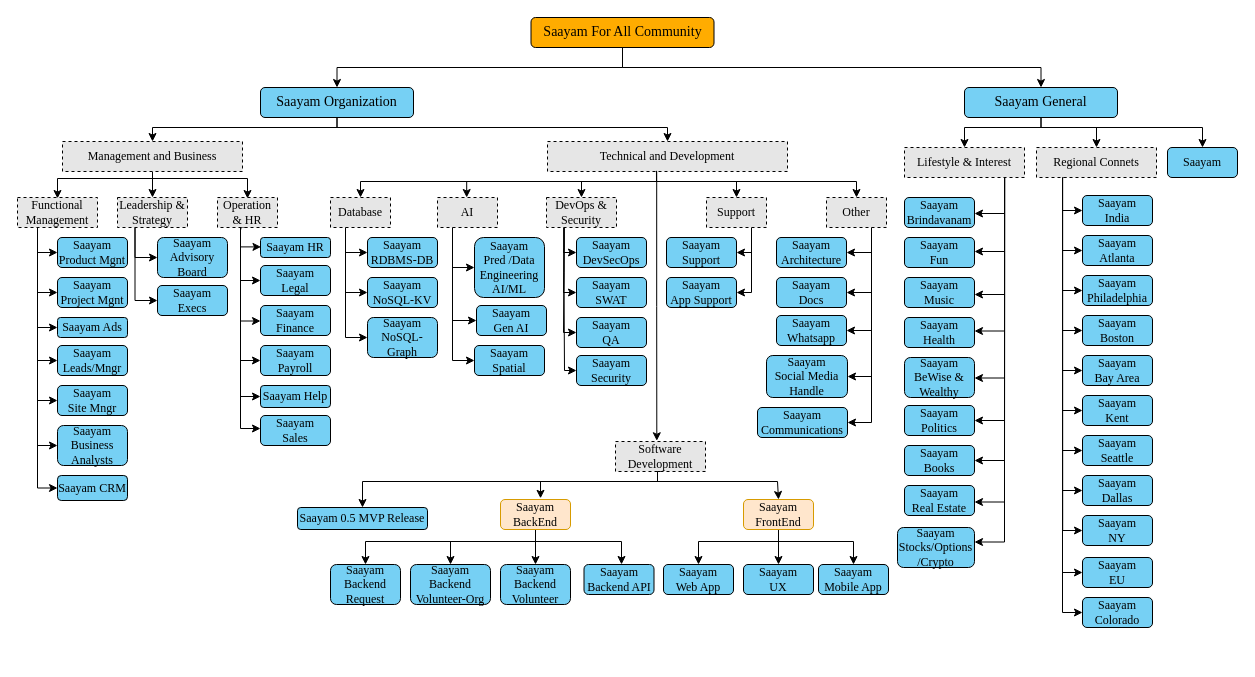
PallaviChitrada10/PallaviChitrada keeps this draw.io diagram as Saayam.drawio. Above is the earlier version. Source tidied: cells renumbered, new cells numbered last; positions are measured from the earlier drawing's top-left corner, leaving out a move shared by most shapes. Both pictures are drawn from the tidied source at 100%, with x=0, y=0 at pixel (17, 17).
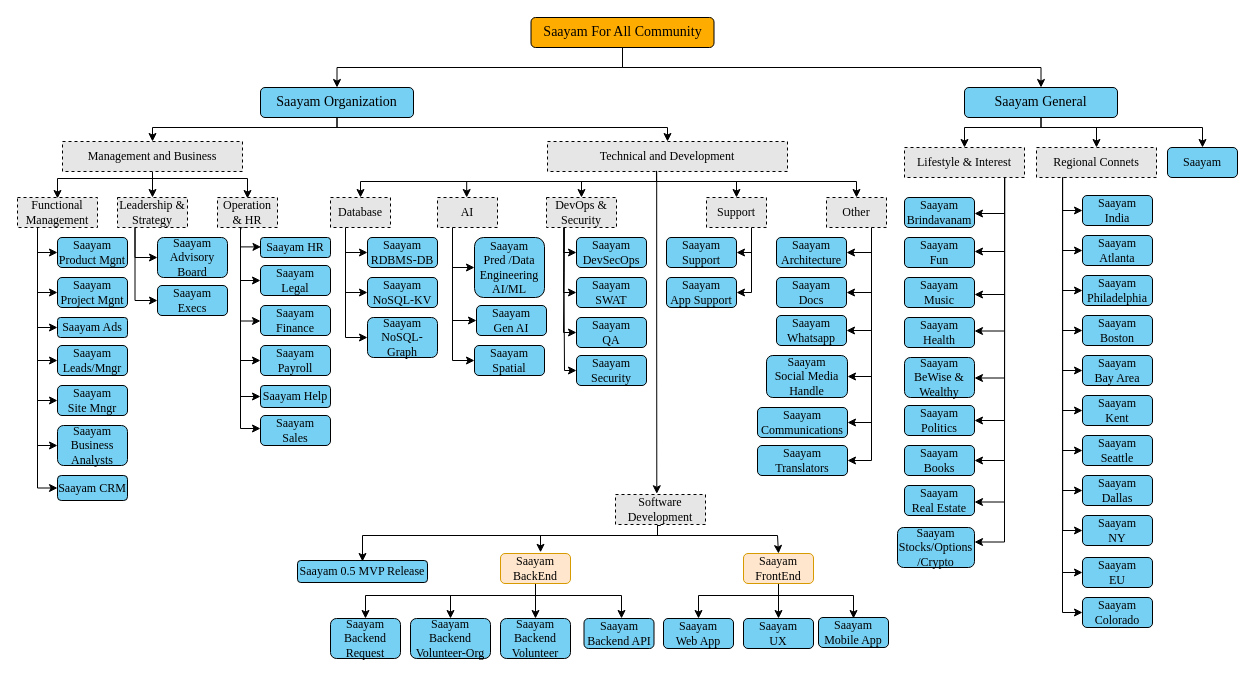
After the change.

Diff of the diagram source:
```diff
@@
-    <mxCell id="75" style="edgeStyle=orthogonalEdgeStyle;rounded=0;jettySize=auto;html=1;exitX=0.5;exitY=1;exitDx=0;exitDy=0;entryX=0.5;entryY=0;entryDx=0;entryDy=0;" parent="1" edge="1" source="76" target="87">
+    <mxCell id="75" style="edgeStyle=orthogonalEdgeStyle;rounded=0;jettySize=auto;html=1;exitX=0.5;exitY=1;exitDx=0;exitDy=0;entryX=0.5;entryY=0;entryDx=0;entryDy=0;" parent="1" edge="1" target="87">
       <mxGeometry relative="1" as="geometry">
+        <mxPoint x="643" y="508" as="sourcePoint" />
         <Array as="points">
-          <mxPoint x="640" y="454" />
-          <mxPoint x="640" y="464" />
-          <mxPoint x="760" y="464" />
-          <mxPoint x="760" y="482" />
+          <mxPoint x="640" y="508" />
+          <mxPoint x="640" y="518" />
+          <mxPoint x="760" y="518" />
+          <mxPoint x="760" y="536" />
         </Array>
       </mxGeometry>
     </mxCell>
     <mxCell id="76" value="Software Development" style="text;html=1;align=center;verticalAlign=middle;whiteSpace=wrap;rounded=0;fontFamily=Times New Roman;labelBackgroundColor=none;fillColor=#E6E6E6;strokeColor=default;dashed=1;" parent="1" vertex="1">
-      <mxGeometry x="598" y="424" width="90" height="30" as="geometry" />
+      <mxGeometry x="598" y="477" width="90" height="30" as="geometry" />
     </mxCell>
     <mxCell id="77" value="Saayam&lt;br&gt;Mobile App" style="rounded=1;whiteSpace=wrap;html=1;fontFamily=Times New Roman;labelBackgroundColor=none;fillColor=light-dark(#76D0F4,#1D293B);" parent="1" vertex="1">
-      <mxGeometry x="801" y="547" width="70" height="30" as="geometry" />
+      <mxGeometry x="801" y="600" width="70" height="30" as="geometry" />
     </mxCell>
     <mxCell id="78" value="Saayam&lt;br&gt;Web App" style="rounded=1;whiteSpace=wrap;html=1;fontFamily=Times New Roman;labelBackgroundColor=none;fillColor=light-dark(#76D0F4,#1D293B);" parent="1" vertex="1">
-      <mxGeometry x="646" y="547" width="70" height="30" as="geometry" />
+      <mxGeometry x="646" y="601" width="70" height="30" as="geometry" />
     </mxCell>
@@
     <mxCell id="80" style="edgeStyle=orthogonalEdgeStyle;rounded=0;jettySize=auto;html=1;exitX=0.5;exitY=1;exitDx=0;exitDy=0;entryX=0.536;entryY=-0.001;entryDx=0;entryDy=0;entryPerimeter=0;" parent="1" edge="1" source="83" target="91">
       <mxGeometry relative="1" as="geometry">
         <Array as="points">
-          <mxPoint x="518" y="524" />
-          <mxPoint x="604" y="524" />
+          <mxPoint x="518" y="578" />
+          <mxPoint x="604" y="578" />
         </Array>
       </mxGeometry>
     </mxCell>
     <mxCell id="81" style="edgeStyle=orthogonalEdgeStyle;rounded=0;jettySize=auto;html=1;exitX=0.5;exitY=1;exitDx=0;exitDy=0;entryX=0.5;entryY=0;entryDx=0;entryDy=0;" parent="1" edge="1" source="83" target="88">
       <mxGeometry relative="1" as="geometry">
         <Array as="points">
-          <mxPoint x="518" y="524" />
-          <mxPoint x="433" y="524" />
+          <mxPoint x="518" y="578" />
+          <mxPoint x="433" y="578" />
         </Array>
       </mxGeometry>
     </mxCell>
     <mxCell id="82" style="edgeStyle=orthogonalEdgeStyle;rounded=0;jettySize=auto;html=1;exitX=0.5;exitY=1;exitDx=0;exitDy=0;entryX=0.5;entryY=0;entryDx=0;entryDy=0;" parent="1" edge="1" source="83" target="89">
       <mxGeometry relative="1" as="geometry">
         <Array as="points">
-          <mxPoint x="518" y="524" />
-          <mxPoint x="348" y="524" />
+          <mxPoint x="518" y="578" />
+          <mxPoint x="348" y="578" />
         </Array>
       </mxGeometry>
     </mxCell>
     <mxCell id="83" value="Saayam&lt;br&gt;BackEnd" style="rounded=1;whiteSpace=wrap;html=1;fontFamily=Times New Roman;labelBackgroundColor=none;fillColor=#ffe6cc;strokeColor=#d79b00;" parent="1" vertex="1">
-      <mxGeometry x="483" y="482" width="70" height="30" as="geometry" />
+      <mxGeometry x="483" y="536" width="70" height="30" as="geometry" />
     </mxCell>
@@
     <mxCell id="85" style="edgeStyle=orthogonalEdgeStyle;rounded=0;jettySize=auto;html=1;exitX=0.5;exitY=1;exitDx=0;exitDy=0;entryX=0.5;entryY=0;entryDx=0;entryDy=0;" parent="1" edge="1" source="87" target="78">
       <mxGeometry relative="1" as="geometry">
         <Array as="points">
-          <mxPoint x="761" y="524" />
-          <mxPoint x="681" y="524" />
+          <mxPoint x="761" y="578" />
+          <mxPoint x="681" y="578" />
         </Array>
       </mxGeometry>
     </mxCell>
-    <mxCell id="86" style="edgeStyle=orthogonalEdgeStyle;rounded=0;jettySize=auto;html=1;exitX=0.5;exitY=1;exitDx=0;exitDy=0;entryX=0.5;entryY=0;entryDx=0;entryDy=0;" parent="1" edge="1" source="87" target="77">
+    <mxCell id="86" style="edgeStyle=orthogonalEdgeStyle;rounded=0;jettySize=auto;html=1;exitX=0.5;exitY=1;exitDx=0;exitDy=0;entryX=0.5;entryY=0;entryDx=0;entryDy=0;" parent="1" edge="1" source="87">
       <mxGeometry relative="1" as="geometry">
+        <mxPoint x="836" y="601" as="targetPoint" />
         <Array as="points">
-          <mxPoint x="761" y="524" />
-          <mxPoint x="836" y="524" />
+          <mxPoint x="761" y="578" />
+          <mxPoint x="836" y="578" />
         </Array>
       </mxGeometry>
     </mxCell>
     <mxCell id="87" value="Saayam&lt;br&gt;FrontEnd" style="rounded=1;whiteSpace=wrap;html=1;fontFamily=Times New Roman;labelBackgroundColor=none;fillColor=#ffe6cc;strokeColor=#d79b00;" parent="1" vertex="1">
-      <mxGeometry x="726" y="482" width="70" height="30" as="geometry" />
+      <mxGeometry x="726" y="536" width="70" height="30" as="geometry" />
     </mxCell>
     <mxCell id="88" value="Saayam&lt;br&gt;Backend Volunteer-Org" style="rounded=1;whiteSpace=wrap;html=1;fontFamily=Times New Roman;labelBackgroundColor=none;fillColor=light-dark(#76D0F4,#1D293B);" parent="1" vertex="1">
-      <mxGeometry x="393" y="547" width="80" height="40" as="geometry" />
+      <mxGeometry x="393" y="601" width="80" height="40" as="geometry" />
     </mxCell>
     <mxCell id="89" value="Saayam&lt;br&gt;Backend Request" style="rounded=1;whiteSpace=wrap;html=1;fontFamily=Times New Roman;labelBackgroundColor=none;fillColor=light-dark(#76D0F4,#1D293B);" parent="1" vertex="1">
-      <mxGeometry x="313" y="547" width="70" height="40" as="geometry" />
+      <mxGeometry x="313" y="601" width="70" height="40" as="geometry" />
     </mxCell>
     <mxCell id="90" value="Saayam&lt;br&gt;Backend Volunteer" style="rounded=1;whiteSpace=wrap;html=1;fontFamily=Times New Roman;labelBackgroundColor=none;fillColor=light-dark(#76D0F4,#1D293B);" parent="1" vertex="1">
-      <mxGeometry x="483" y="547" width="70" height="40" as="geometry" />
+      <mxGeometry x="483" y="601" width="70" height="40" as="geometry" />
     </mxCell>
     <mxCell id="91" value="Saayam&lt;br&gt;Backend API" style="rounded=1;whiteSpace=wrap;html=1;fontFamily=Times New Roman;labelBackgroundColor=none;fillColor=light-dark(#76D0F4,#1D293B);" parent="1" vertex="1">
-      <mxGeometry x="566.5" y="547" width="70" height="30" as="geometry" />
+      <mxGeometry x="566.5" y="601" width="70" height="30" as="geometry" />
     </mxCell>
@@
     <mxCell id="134" style="edgeStyle=orthogonalEdgeStyle;rounded=0;jettySize=auto;html=1;entryX=0.572;entryY=-0.039;entryDx=0;entryDy=0;entryPerimeter=0;" parent="1" edge="1" target="83">
       <mxGeometry relative="1" as="geometry">
-        <mxPoint x="643" y="454" as="sourcePoint" />
+        <mxPoint x="643" y="508" as="sourcePoint" />
         <Array as="points">
-          <mxPoint x="640" y="454" />
-          <mxPoint x="640" y="464" />
-          <mxPoint x="523" y="464" />
+          <mxPoint x="640" y="508" />
+          <mxPoint x="640" y="518" />
+          <mxPoint x="523" y="518" />
         </Array>
       </mxGeometry>
     </mxCell>
@@
     <mxCell id="139" value="Saayam&lt;br&gt;UX" style="rounded=1;whiteSpace=wrap;html=1;fontFamily=Times New Roman;labelBackgroundColor=none;fillColor=light-dark(#76D0F4,#1D293B);" parent="1" vertex="1">
-      <mxGeometry x="726" y="547" width="70" height="30" as="geometry" />
+      <mxGeometry x="726" y="601" width="70" height="30" as="geometry" />
     </mxCell>
@@
     <mxCell id="157" style="edgeStyle=orthogonalEdgeStyle;rounded=0;orthogonalLoop=1;jettySize=auto;html=1;" parent="1" edge="1">
       <mxGeometry relative="1" as="geometry">
-        <mxPoint x="694" y="464" as="sourcePoint" />
-        <mxPoint x="345" y="490" as="targetPoint" />
+        <mxPoint x="694" y="518" as="sourcePoint" />
+        <mxPoint x="345" y="544" as="targetPoint" />
         <Array as="points">
-          <mxPoint x="345" y="464" />
-          <mxPoint x="345" y="490" />
+          <mxPoint x="345" y="518" />
+          <mxPoint x="345" y="544" />
         </Array>
       </mxGeometry>
     </mxCell>
     <mxCell id="158" value="Saayam 0.5 MVP Release" style="rounded=1;whiteSpace=wrap;html=1;fontFamily=Times New Roman;labelBackgroundColor=none;fillColor=light-dark(#76D0F4,#1D293B);" parent="1" vertex="1">
-      <mxGeometry x="280" y="490" width="130" height="22" as="geometry" />
+      <mxGeometry x="280" y="543" width="130" height="22" as="geometry" />
     </mxCell>
+    <mxCell id="159" value="Saayam&lt;br&gt;Translators" style="rounded=1;whiteSpace=wrap;html=1;fontFamily=Times New Roman;labelBackgroundColor=none;fillColor=light-dark(#76D0F4,#1D293B);" parent="1" vertex="1">
+      <mxGeometry x="740" y="428" width="90" height="30" as="geometry" />
+    </mxCell>
+    <mxCell id="160" style="edgeStyle=orthogonalEdgeStyle;rounded=0;orthogonalLoop=1;jettySize=auto;html=1;exitX=0.75;exitY=1;exitDx=0;exitDy=0;entryX=1;entryY=0.5;entryDx=0;entryDy=0;" parent="1" edge="1">
+      <mxGeometry relative="1" as="geometry">
+        <mxPoint x="854" y="248" as="sourcePoint" />
+        <mxPoint x="830" y="443" as="targetPoint" />
+        <Array as="points">
+          <mxPoint x="854" y="443" />
+        </Array>
+      </mxGeometry>
+    </mxCell>
```
